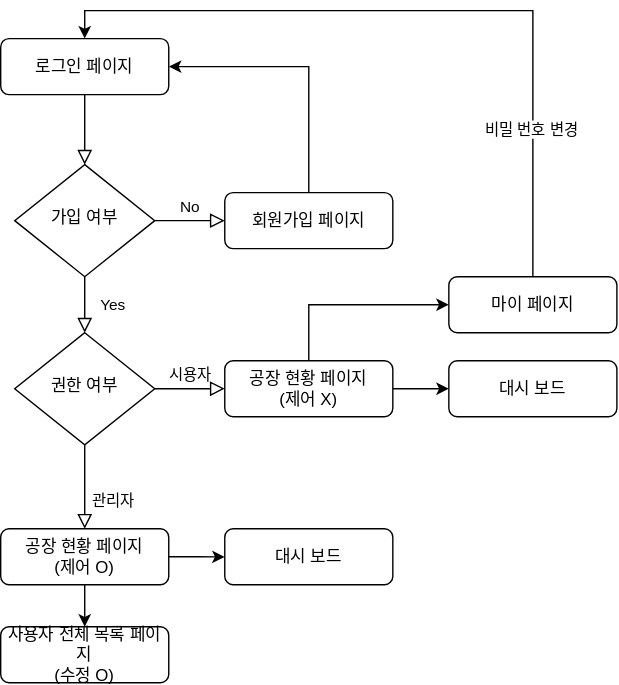
Above: FlowChart.drawio.svg in KCLH/kclh_client (draw.io), before the change. Source tidied: cells renumbered, new cells last; positions are measured from the earlier drawing's top-left corner, leaving out a move shared by most shapes.
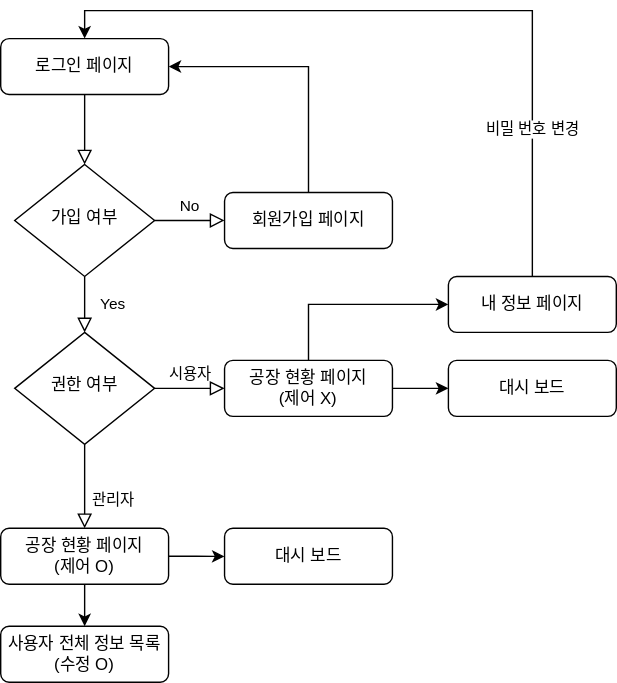
After the change.

What changed in the source:
```diff
@@ -64,7 +64,7 @@
         <mxPoint x="-1" as="offset" />
       </mxGeometry>
     </mxCell>
-    <mxCell id="20" value="마이 페이지" style="rounded=1;whiteSpace=wrap;html=1;fontSize=12;glass=0;strokeWidth=1;shadow=0;" parent="1" vertex="1">
+    <mxCell id="20" value="내 정보 페이지" style="rounded=1;whiteSpace=wrap;html=1;fontSize=12;glass=0;strokeWidth=1;shadow=0;" parent="1" vertex="1">
       <mxGeometry x="320" y="170" width="120" height="40" as="geometry" />
     </mxCell>
     <mxCell id="21" value="대시 보드" style="rounded=1;whiteSpace=wrap;html=1;fontSize=12;glass=0;strokeWidth=1;shadow=0;" parent="1" vertex="1">
@@ -73,7 +73,7 @@
     <mxCell id="22" value="대시 보드" style="rounded=1;whiteSpace=wrap;html=1;fontSize=12;glass=0;strokeWidth=1;shadow=0;" parent="1" vertex="1">
       <mxGeometry x="160" y="350" width="120" height="40" as="geometry" />
     </mxCell>
-    <mxCell id="23" value="사용자 전체 목록 페이지&lt;br&gt;(수정 O)" style="rounded=1;whiteSpace=wrap;html=1;fontSize=12;glass=0;strokeWidth=1;shadow=0;" parent="1" vertex="1">
+    <mxCell id="23" value="사용자 전체 정보 목록&lt;br&gt;(수정 O)" style="rounded=1;whiteSpace=wrap;html=1;fontSize=12;glass=0;strokeWidth=1;shadow=0;" parent="1" vertex="1">
       <mxGeometry y="420" width="120" height="40" as="geometry" />
     </mxCell>
   </root>
```
